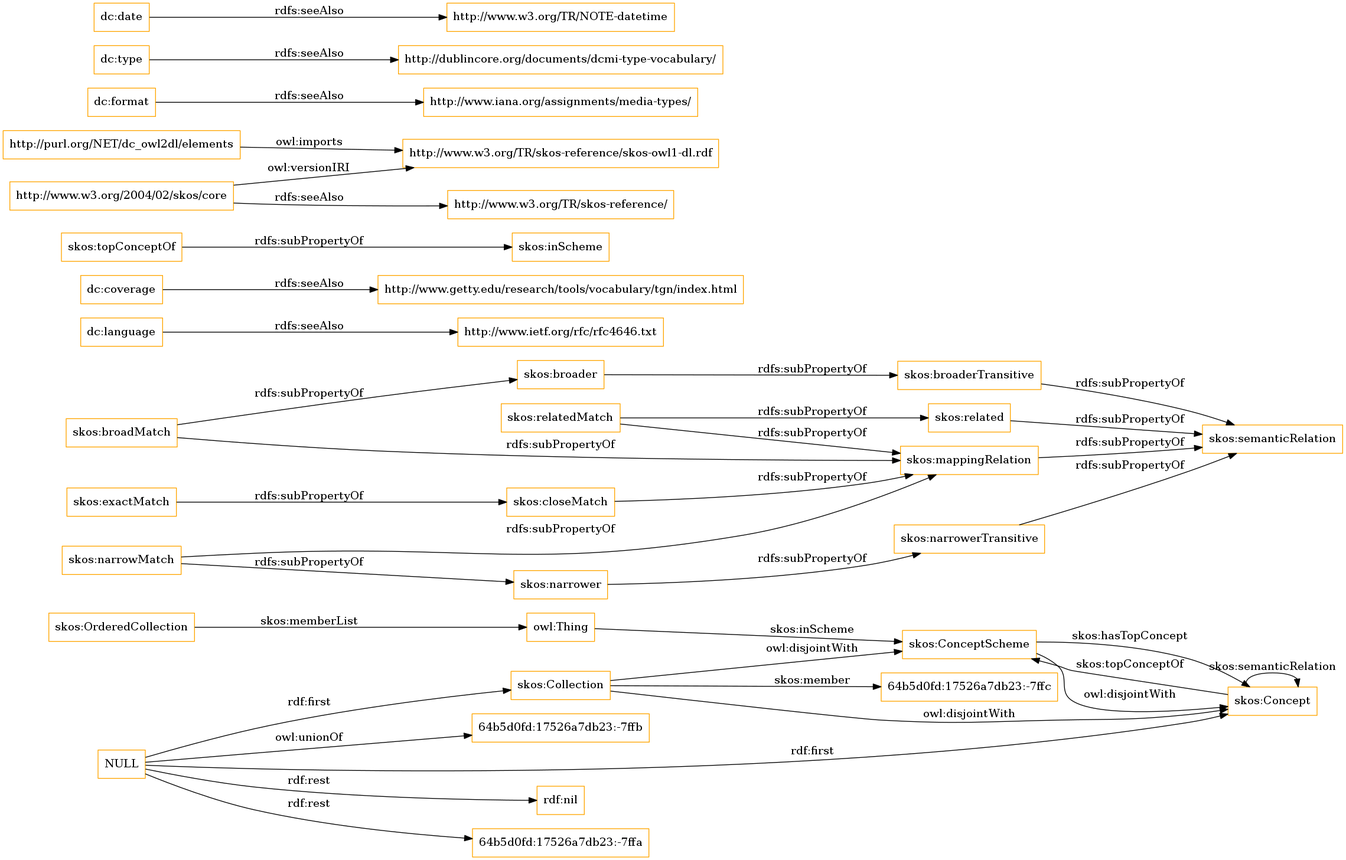
The Graphviz diagram OnToology/imports/elements.owl/diagrams/ar2dtool-class/elements.owl.png in OnToologyUser/core-ontology-1, before a commit. Its source is kept beside it as OnToology/imports/elements.owl/diagrams/ar2dtool-class/elements.owl.png.dot.
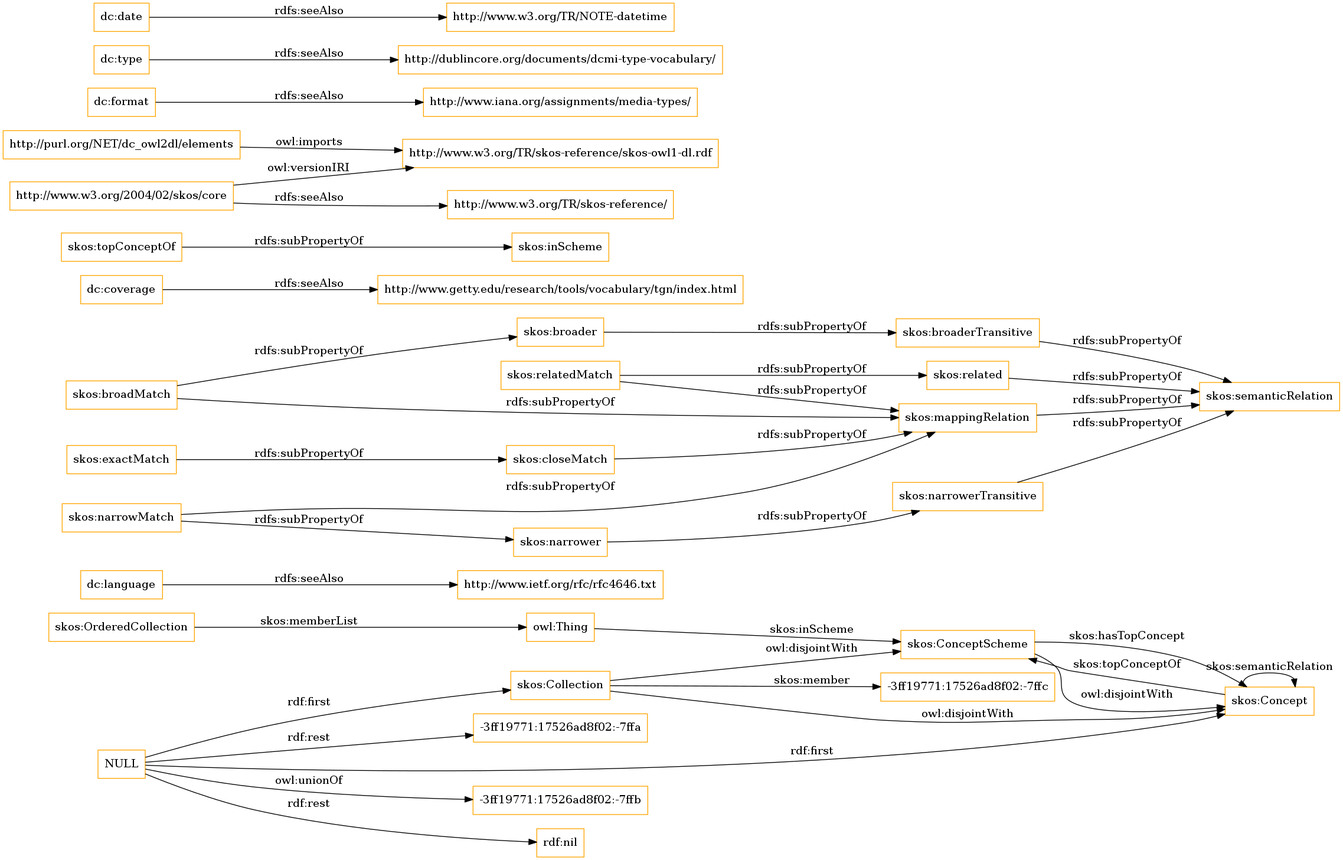
Above is the later version.

The edit, as a diff of the source:
```diff
@@ -1,9 +1,13 @@
 digraph ar2dtool_diagram {
 rankdir=LR;
 size="1501"
-node [shape = rectangle, color="orange"]; "64b5d0fd:17526a7db23:-7ffc" "skos:OrderedCollection" "skos:Collection" "skos:ConceptScheme" "skos:Concept" ; /*classes style*/
-	"skos:narrowerTransitive" -> "skos:semanticRelation" [ label = "rdfs:subPropertyOf" ];
+node [shape = rectangle, color="orange"]; "-3ff19771:17526ad8f02:-7ffc" "skos:OrderedCollection" "skos:Collection" "skos:ConceptScheme" "skos:Concept" ; /*classes style*/
 	"dc:language" -> "http://www.ietf.org/rfc/rfc4646.txt" [ label = "rdfs:seeAlso" ];
+	"NULL" -> "-3ff19771:17526ad8f02:-7ffb" [ label = "owl:unionOf" ];
+	"NULL" -> "rdf:nil" [ label = "rdf:rest" ];
+	"NULL" -> "skos:Collection" [ label = "rdf:first" ];
+	"NULL" -> "-3ff19771:17526ad8f02:-7ffa" [ label = "rdf:rest" ];
+	"NULL" -> "skos:Concept" [ label = "rdf:first" ];
 	"skos:closeMatch" -> "skos:mappingRelation" [ label = "rdfs:subPropertyOf" ];
 	"dc:coverage" -> "http://www.getty.edu/research/tools/vocabulary/tgn/index.html" [ label = "rdfs:seeAlso" ];
 	"skos:relatedMatch" -> "skos:related" [ label = "rdfs:subPropertyOf" ];
@@ -28,15 +32,11 @@
 	"skos:narrowMatch" -> "skos:mappingRelation" [ label = "rdfs:subPropertyOf" ];
 	"skos:narrower" -> "skos:narrowerTransitive" [ label = "rdfs:subPropertyOf" ];
 	"dc:date" -> "http://www.w3.org/TR/NOTE-datetime" [ label = "rdfs:seeAlso" ];
-	"NULL" -> "rdf:nil" [ label = "rdf:rest" ];
-	"NULL" -> "skos:Collection" [ label = "rdf:first" ];
-	"NULL" -> "64b5d0fd:17526a7db23:-7ffa" [ label = "rdf:rest" ];
-	"NULL" -> "skos:Concept" [ label = "rdf:first" ];
-	"NULL" -> "64b5d0fd:17526a7db23:-7ffb" [ label = "owl:unionOf" ];
+	"skos:narrowerTransitive" -> "skos:semanticRelation" [ label = "rdfs:subPropertyOf" ];
 	"skos:OrderedCollection" -> "owl:Thing" [ label = "skos:memberList" ];
 	"skos:Concept" -> "skos:ConceptScheme" [ label = "skos:topConceptOf" ];
 	"skos:Concept" -> "skos:Concept" [ label = "skos:semanticRelation" ];
-	"skos:Collection" -> "64b5d0fd:17526a7db23:-7ffc" [ label = "skos:member" ];
+	"skos:Collection" -> "-3ff19771:17526ad8f02:-7ffc" [ label = "skos:member" ];
 	"skos:ConceptScheme" -> "skos:Concept" [ label = "skos:hasTopConcept" ];
 	"owl:Thing" -> "skos:ConceptScheme" [ label = "skos:inScheme" ];
 
```
